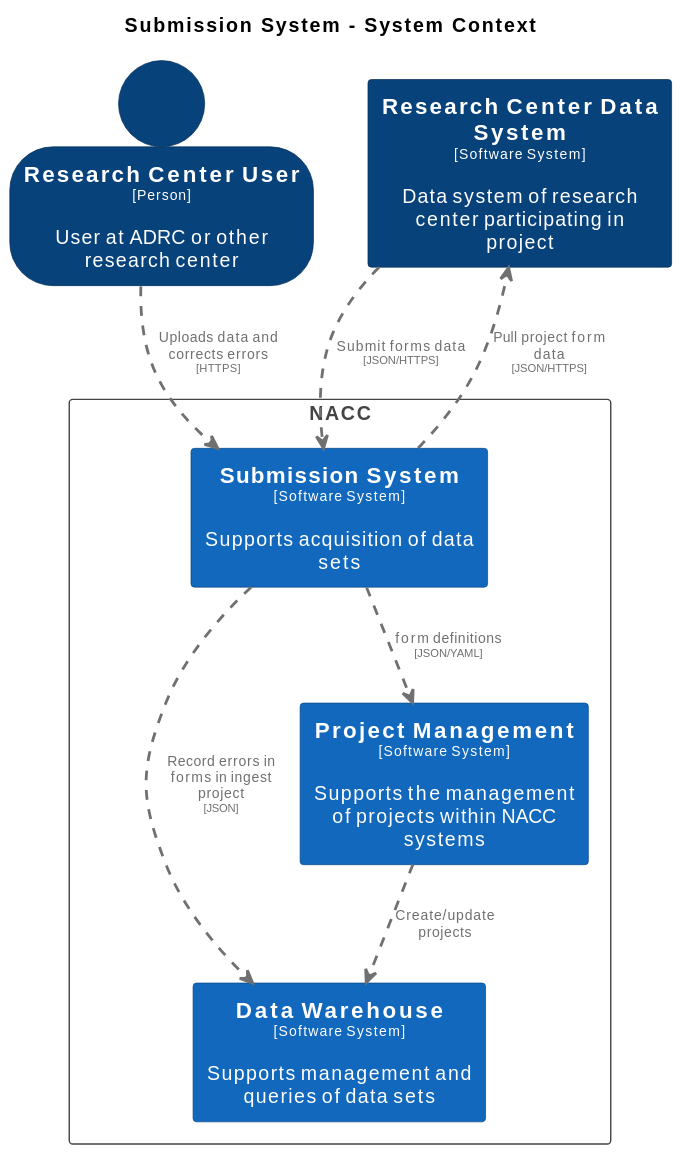
The PlantUML diagram docs/images/structurizr-SubmissionContext.svg in naccdata/system-design, before a commit.
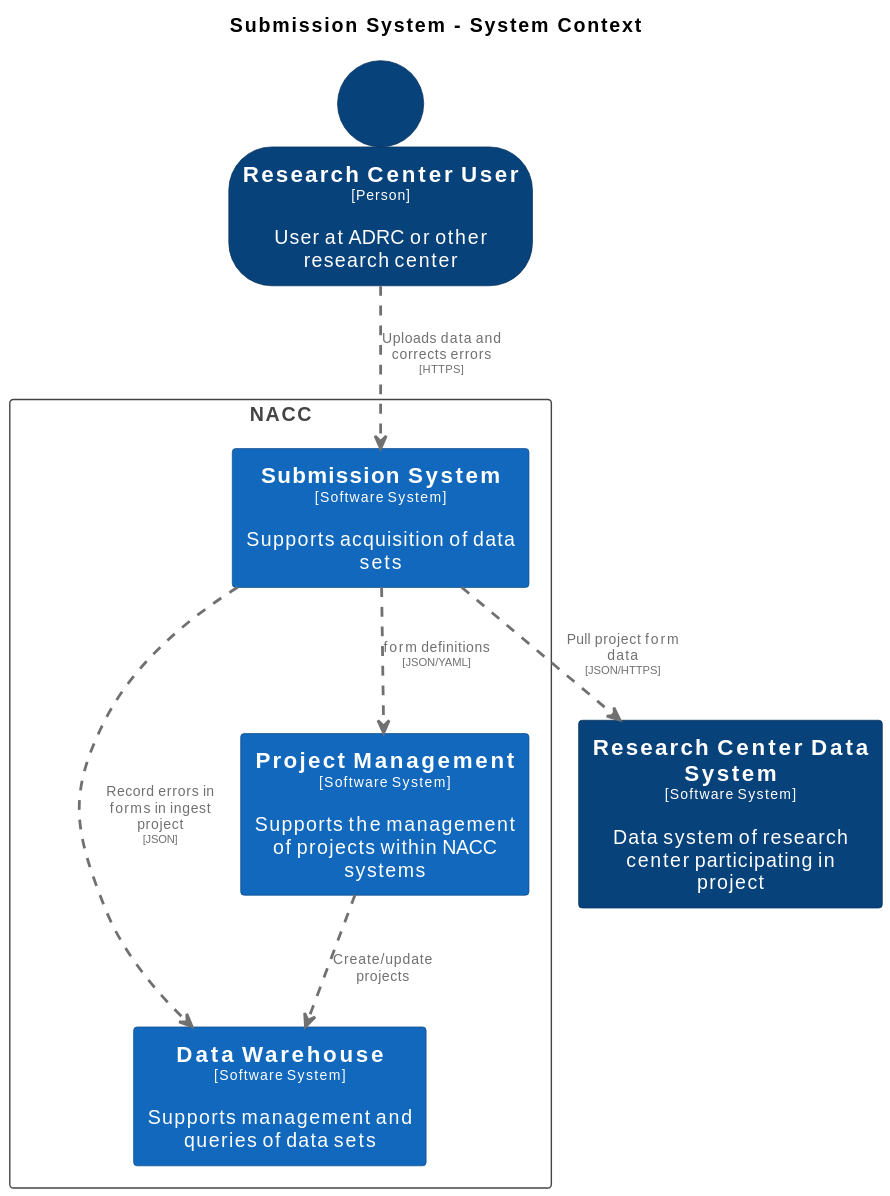
The same file after the commit.

The edit, as a diff of the source:
```diff
@@ -53,7 +53,6 @@
 rectangle "==Research Center Data System\n<size:10>[Software System]</size>\n\nData system of research center participating in project" <<ResearchCenterDataSystem>> as ResearchCenterDataSystem
 
 ResearchCenterUser .[#707070,thickness=2].> SubmissionSystem : "<color:#707070>Uploads data and corrects errors\n<color:#707070><size:8>[HTTPS]</size>"
-ResearchCenterDataSystem .[#707070,thickness=2].> SubmissionSystem : "<color:#707070>Submit forms data\n<color:#707070><size:8>[JSON/HTTPS]</size>"
 SubmissionSystem .[#707070,thickness=2].> ResearchCenterDataSystem : "<color:#707070>Pull project form data\n<color:#707070><size:8>[JSON/HTTPS]</size>"
 ProjectManagement .[#707070,thickness=2].> DataWarehouse : "<color:#707070>Create/update projects"
 SubmissionSystem .[#707070,thickness=2].> DataWarehouse : "<color:#707070>Record errors in forms in ingest project\n<color:#707070><size:8>[JSON]</size>"
```
